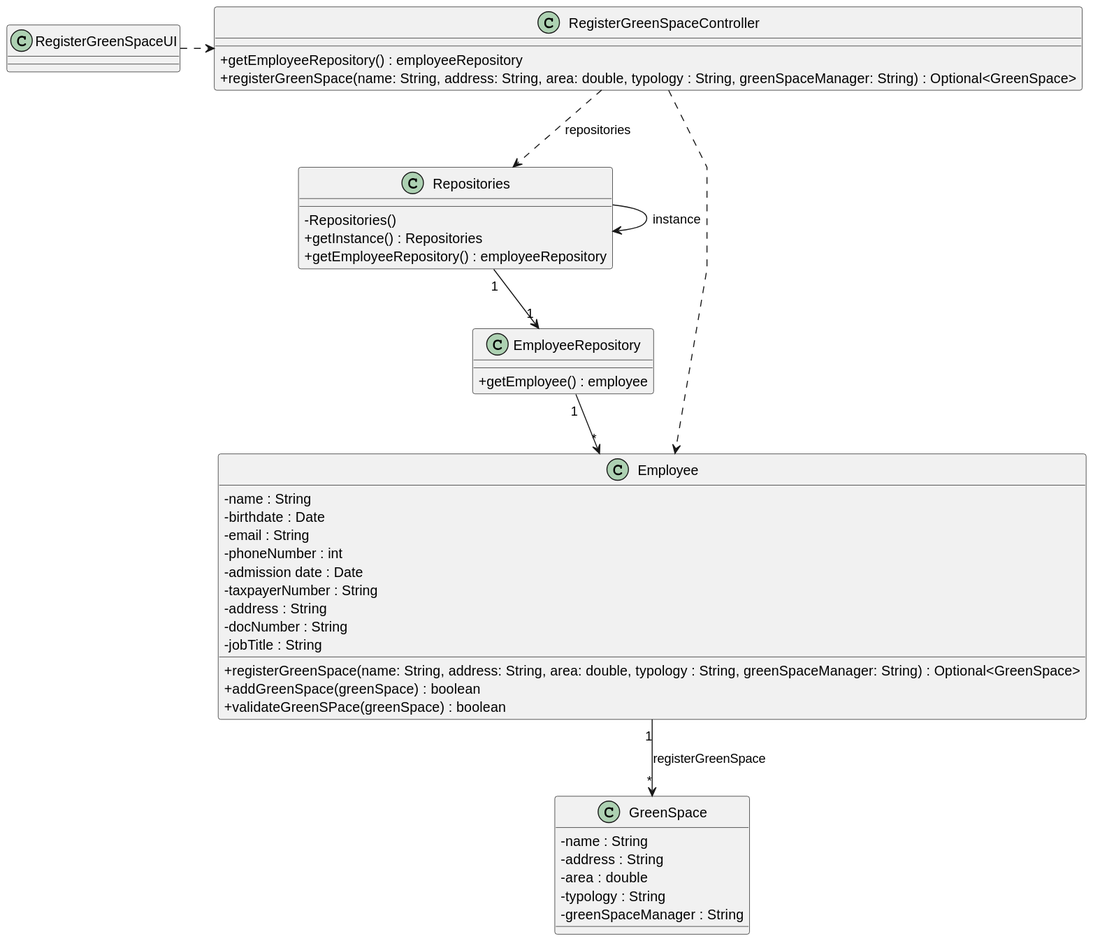
Earlier version of the PlantUML export docs/sprintC/US020/03.design/svg/us020-class-diagram.svg (LopemigueISEP/lei-24-s2-1nb-g312). Its diagram source:
```plantuml
@startuml
skinparam packageStyle rectangle
skinparam shadowing false
skinparam linetype polyline

skinparam classAttributeIconSize 0


class RegisterGreenSpaceUI {

}

class RegisterGreenSpaceController {
    + getEmployeeRepository() : employeeRepository
    + registerGreenSpace(name: String, address: String, area: double, typology : String, greenSpaceManager: String) : Optional<GreenSpace>

}

class Repositories {
     - Repositories()
     + getInstance() : Repositories
     + getEmployeeRepository() : employeeRepository

}

class Employee {
    -name : String
    -birthdate : Date
    -email : String
    -phoneNumber : int
    -admission date : Date
    -taxpayerNumber : String
    -address : String
    -docNumber : String
    -jobTitle : String
    +registerGreenSpace(name: String, address: String, area: double, typology : String, greenSpaceManager: String) : Optional<GreenSpace>
    +addGreenSpace(greenSpace) : boolean
    +validateGreenSPace(greenSpace) : boolean

}

class EmployeeRepository {
    +getEmployee() : employee
}



class GreenSpace {
        -name : String
        -address : String
        -area : double
        -typology : String
        - greenSpaceManager : String
}





RegisterGreenSpaceController ..> Repositories: repositories
RegisterGreenSpaceController ..> Employee
RegisterGreenSpaceUI .> RegisterGreenSpaceController
Repositories -> Repositories : instance
EmployeeRepository "1" --> "*" Employee
Employee "1" --> "*" GreenSpace : registerGreenSpace
Repositories "1" --> "1" EmployeeRepository
@enduml
```
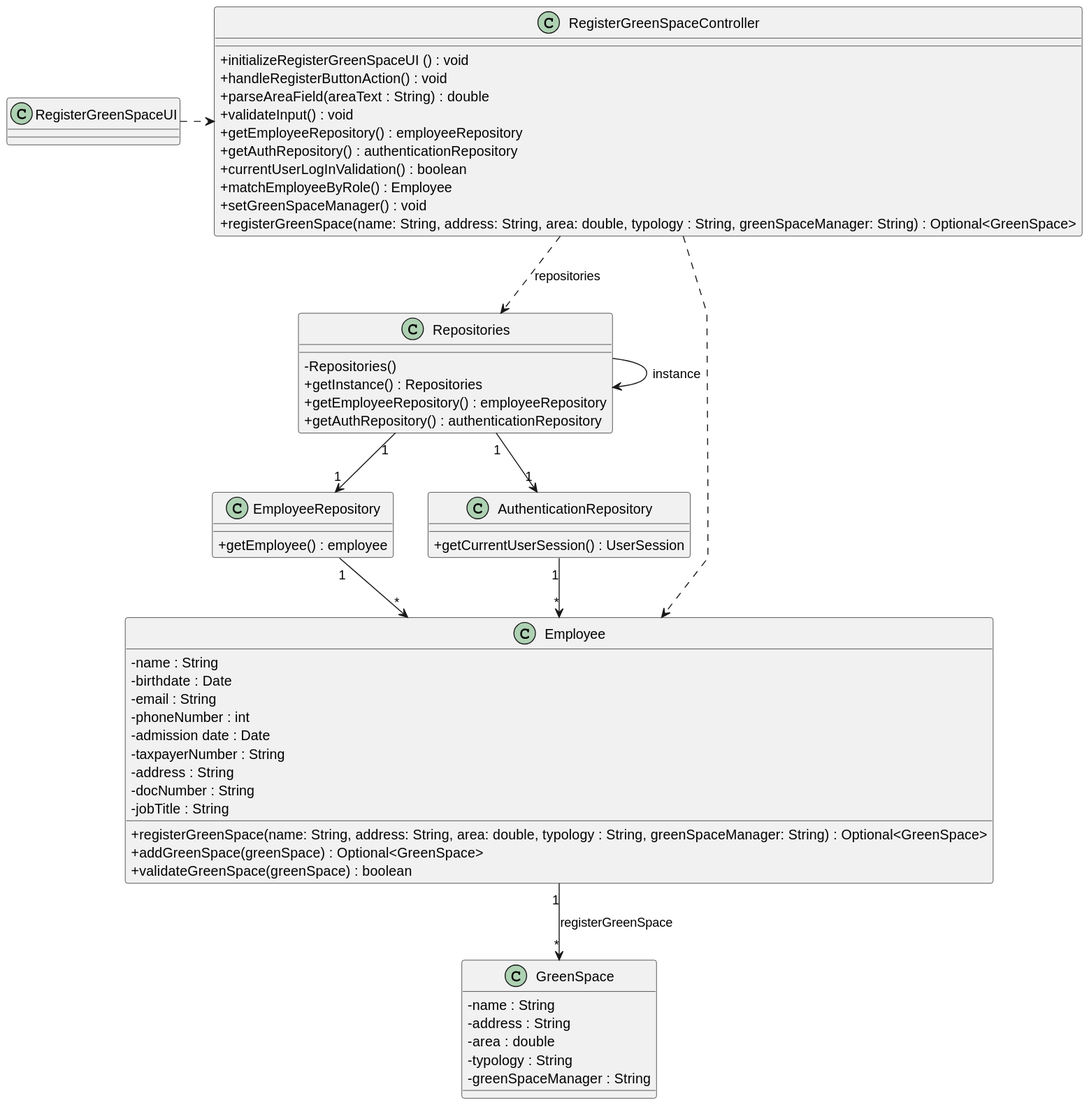
Above is the later version.

The edit, as a diff of the source:
```diff
@@ -11,7 +11,15 @@
 }
 
 class RegisterGreenSpaceController {
+    + initializeRegisterGreenSpaceUI () : void
+    + handleRegisterButtonAction() : void
+    + parseAreaField(areaText : String) : double
+    + validateInput() : void
     + getEmployeeRepository() : employeeRepository
+    + getAuthRepository() : authenticationRepository
+    + currentUserLogInValidation() : boolean
+    + matchEmployeeByRole() : Employee
+    + setGreenSpaceManager() : void
     + registerGreenSpace(name: String, address: String, area: double, typology : String, greenSpaceManager: String) : Optional<GreenSpace>
 
 }
@@ -20,6 +28,7 @@
      - Repositories()
      + getInstance() : Repositories
      + getEmployeeRepository() : employeeRepository
+     + getAuthRepository() : authenticationRepository
 
 }
 
@@ -34,8 +43,8 @@
     -docNumber : String
     -jobTitle : String
     +registerGreenSpace(name: String, address: String, area: double, typology : String, greenSpaceManager: String) : Optional<GreenSpace>
-    +addGreenSpace(greenSpace) : boolean
-    +validateGreenSPace(greenSpace) : boolean
+    +addGreenSpace(greenSpace) : Optional<GreenSpace>
+    +validateGreenSpace(greenSpace) : boolean
 
 }
 
@@ -43,7 +52,9 @@
     +getEmployee() : employee
 }
 
-
+class AuthenticationRepository {
+    +getCurrentUserSession() : UserSession
+}
 
 class GreenSpace {
         -name : String
@@ -62,6 +73,8 @@
 RegisterGreenSpaceUI .> RegisterGreenSpaceController
 Repositories -> Repositories : instance
 EmployeeRepository "1" --> "*" Employee
+AuthenticationRepository "1" --> "*" Employee
 Employee "1" --> "*" GreenSpace : registerGreenSpace
 Repositories "1" --> "1" EmployeeRepository
+Repositories "1" --> "1" AuthenticationRepository
 @enduml
```
